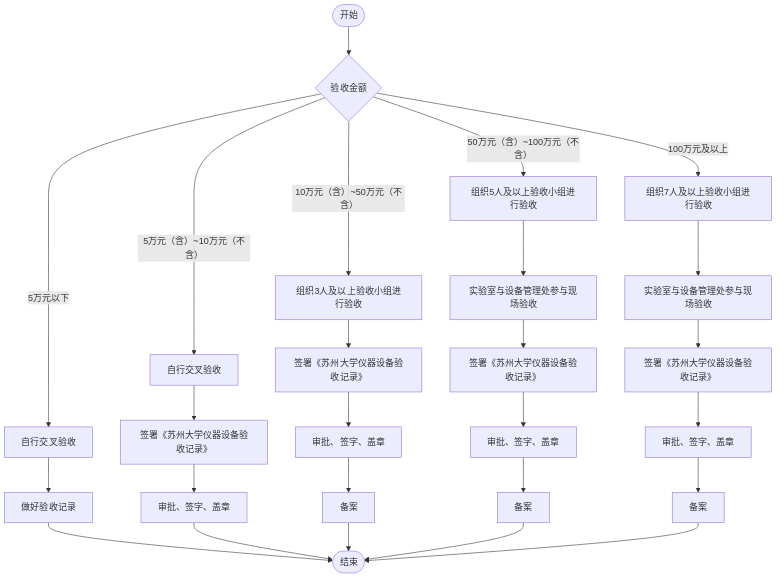
The Mermaid diagram outline2flow/flow_outputs/page_33.png in AmyIvan/work1, before a commit. Its source is kept beside it as outline2flow/mmd_outputs/page_33.mmd. Its diagram source:
```mermaid
flowchart TD
    Start([开始]) --> Amount{验收金额}
    Amount -->|5万元以下| A1[自行交叉验收]
    A1 --> A2[做好验收记录]
    A2 --> End([结束])
    Amount -->|5万元（含）~10万元（不含）| B1[自行交叉验收]
    B1 --> B2[签署《苏州大学仪器设备验收记录》]
    B2 --> B3[审批、签字、盖章]
    B3 --> End([结束])
    Amount -->|10万元（含）~50万元（不含）| C1[组织3人及以上验收小组进行验收]
    C1 --> C2[签署《苏州大学仪器设备验收记录》]
    C2 --> C3[审批、签字、盖章]
    C3 --> C4[备案]
    C4 --> End([结束])
    Amount -->|50万元（含）~100万元（不含）| D1[组织5人及以上验收小组进行验收]
    D1 --> D2[实验室与设备管理处参与现场验收]
    D2 --> D3[签署《苏州大学仪器设备验收记录》]
    D3 --> D4[审批、签字、盖章]
    D4 --> D5[备案]
    D5 --> End([结束])
    Amount -->|100万元及以上| E1[组织7人及以上验收小组进行验收]
    E1 --> E2[实验室与设备管理处参与现场验收]
    E2 --> E3[签署《苏州大学仪器设备验收记录》]
    E3 --> E4[审批、签字、盖章]
    E4 --> E5[备案]
    E5 --> End([结束])
```
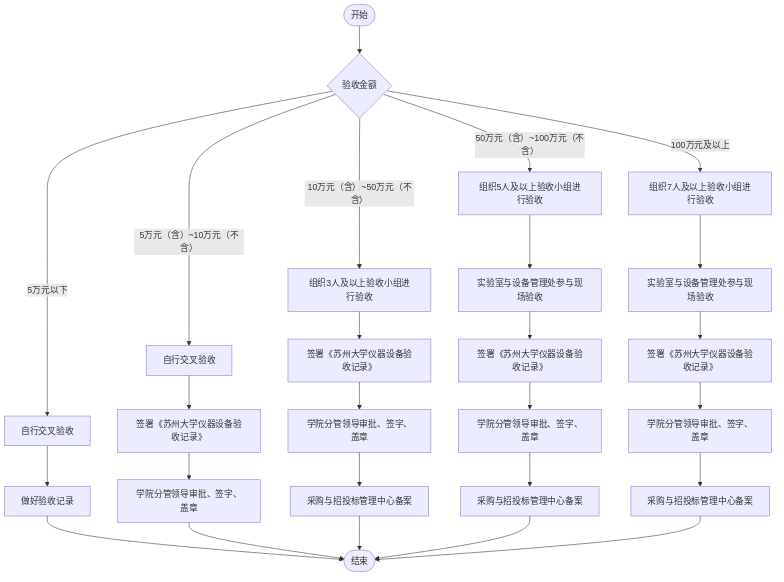
Above is the later version.

Change to the diagram source:
```diff
@@ -5,22 +5,22 @@
     A2 --> End([结束])
     Amount -->|5万元（含）~10万元（不含）| B1[自行交叉验收]
     B1 --> B2[签署《苏州大学仪器设备验收记录》]
-    B2 --> B3[审批、签字、盖章]
-    B3 --> End([结束])
+    B2 --> B3[学院分管领导审批、签字、盖章]
+    B3 --> End
     Amount -->|10万元（含）~50万元（不含）| C1[组织3人及以上验收小组进行验收]
     C1 --> C2[签署《苏州大学仪器设备验收记录》]
-    C2 --> C3[审批、签字、盖章]
-    C3 --> C4[备案]
-    C4 --> End([结束])
+    C2 --> C3[学院分管领导审批、签字、盖章]
+    C3 --> C4[采购与招投标管理中心备案]
+    C4 --> End
     Amount -->|50万元（含）~100万元（不含）| D1[组织5人及以上验收小组进行验收]
     D1 --> D2[实验室与设备管理处参与现场验收]
     D2 --> D3[签署《苏州大学仪器设备验收记录》]
-    D3 --> D4[审批、签字、盖章]
-    D4 --> D5[备案]
-    D5 --> End([结束])
+    D3 --> D4[学院分管领导审批、签字、盖章]
+    D4 --> D5[采购与招投标管理中心备案]
+    D5 --> End
     Amount -->|100万元及以上| E1[组织7人及以上验收小组进行验收]
     E1 --> E2[实验室与设备管理处参与现场验收]
     E2 --> E3[签署《苏州大学仪器设备验收记录》]
-    E3 --> E4[审批、签字、盖章]
-    E4 --> E5[备案]
-    E5 --> End([结束])
+    E3 --> E4[学院分管领导审批、签字、盖章]
+    E4 --> E5[采购与招投标管理中心备案]
+    E5 --> End
```
